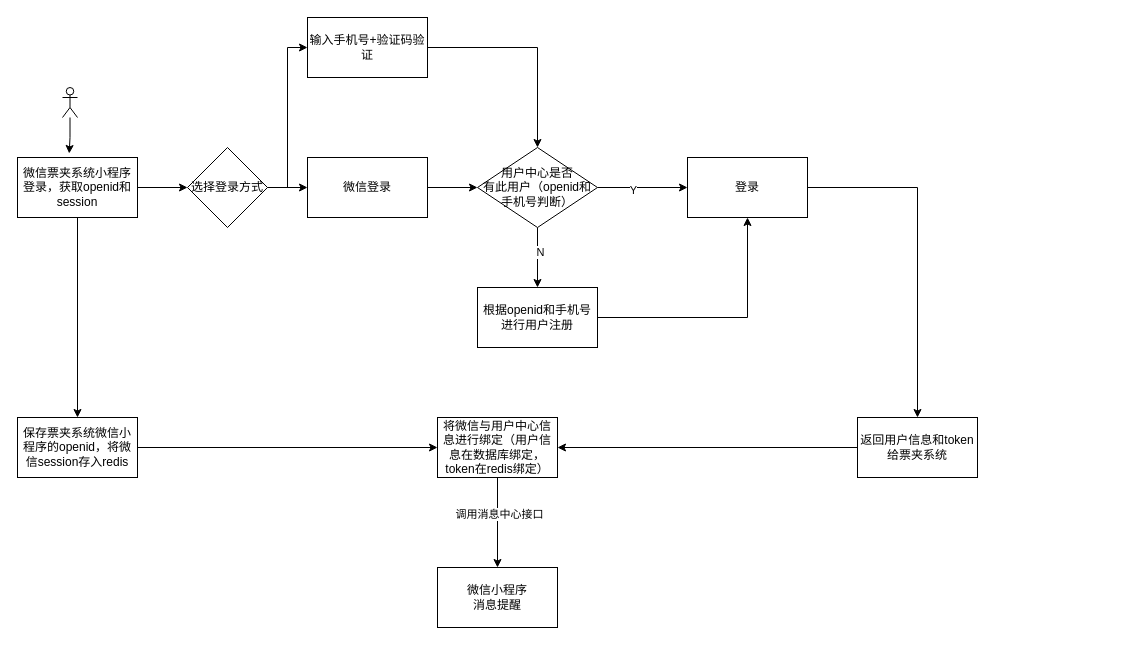
Above: 未命名绘图.drawio in leafimmortal/my-drawio (draw.io), before the change. Source tidied: cells renumbered, new cells numbered last; positions are measured from the earlier drawing's top-left corner, leaving out a move shared by most shapes. Both pictures are drawn from the tidied source at 100%, with x=0, y=0 at pixel (17, 17).
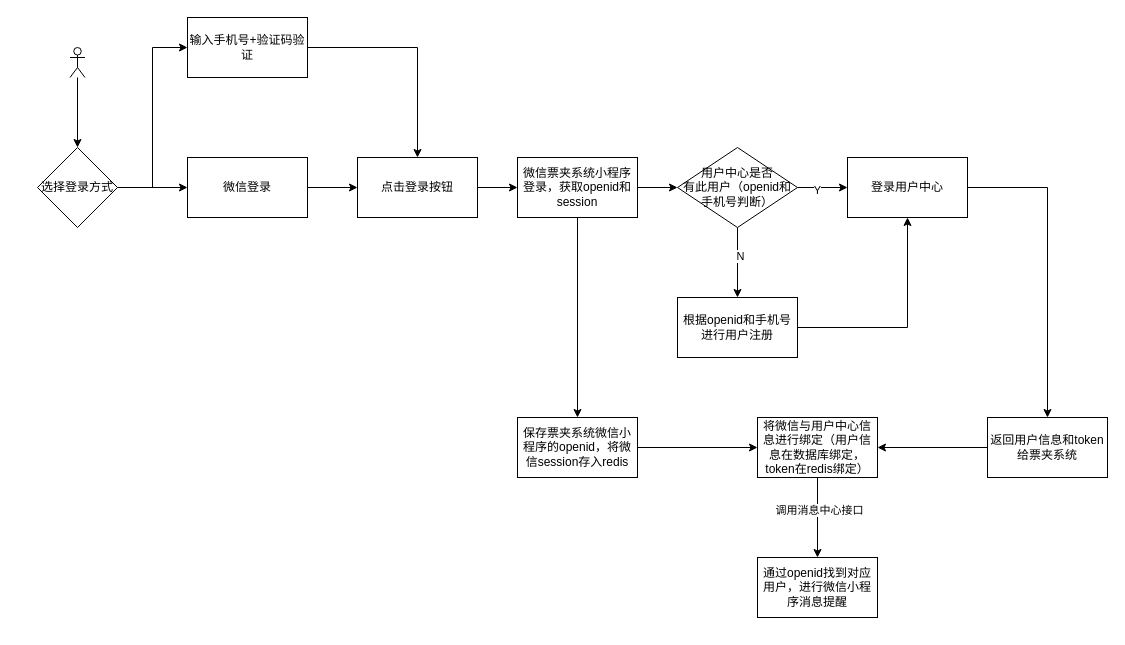
The same page after the edit.

Commit message:
更新未命名绘图.drawio

What changed in the source:
```diff
@@
-    <mxCell id="2" style="edgeStyle=orthogonalEdgeStyle;rounded=0;jettySize=auto;html=1;" parent="1" edge="1" source="4" target="17">
-      <mxGeometry relative="1" as="geometry" />
-    </mxCell>
-    <mxCell id="3" style="edgeStyle=orthogonalEdgeStyle;rounded=0;jettySize=auto;html=1;" parent="1" edge="1" source="4" target="24">
-      <mxGeometry relative="1" as="geometry" />
-    </mxCell>
-    <mxCell id="4" value="微信票夹系统小程序登录，获取openid和session" style="rounded=0;whiteSpace=wrap;html=1;" parent="1" vertex="1">
-      <mxGeometry y="140" width="120" height="60" as="geometry" />
-    </mxCell>
@@
     <mxCell id="9" value="用户中心是否&lt;br&gt;有此用户（openid和手机号判断）" style="rhombus;whiteSpace=wrap;html=1;rounded=0;" parent="1" vertex="1">
-      <mxGeometry x="460" y="130" width="120" height="80" as="geometry" />
+      <mxGeometry x="660" y="130" width="120" height="80" as="geometry" />
     </mxCell>
@@
-    <mxCell id="11" value="登录" style="whiteSpace=wrap;html=1;rounded=0;" parent="1" vertex="1">
-      <mxGeometry x="670" y="140" width="120" height="60" as="geometry" />
+    <mxCell id="11" value="登录用户中心" style="whiteSpace=wrap;html=1;rounded=0;" parent="1" vertex="1">
+      <mxGeometry x="830" y="140" width="120" height="60" as="geometry" />
     </mxCell>
@@
     <mxCell id="13" value="根据openid和手机号进行用户注册" style="whiteSpace=wrap;html=1;rounded=0;" parent="1" vertex="1">
-      <mxGeometry x="460" y="270" width="120" height="60" as="geometry" />
+      <mxGeometry x="660" y="280" width="120" height="60" as="geometry" />
     </mxCell>
@@
     <mxCell id="15" value="返回用户信息和token给票夹系统" style="whiteSpace=wrap;html=1;rounded=0;" parent="1" vertex="1">
-      <mxGeometry x="840" y="400" width="120" height="60" as="geometry" />
+      <mxGeometry x="970" y="400" width="120" height="60" as="geometry" />
     </mxCell>
@@
     <mxCell id="17" value="保存票夹系统微信小程序的openid，将微信session存入redis" style="rounded=0;whiteSpace=wrap;html=1;" parent="1" vertex="1">
-      <mxGeometry y="400" width="120" height="60" as="geometry" />
+      <mxGeometry x="500" y="400" width="120" height="60" as="geometry" />
     </mxCell>
@@
     <mxCell id="20" value="将微信与用户中心信息进行绑定（用户信息在数据库绑定，token在redis绑定）" style="rounded=0;whiteSpace=wrap;html=1;" parent="1" vertex="1">
-      <mxGeometry x="420" y="400" width="120" height="60" as="geometry" />
+      <mxGeometry x="740" y="400" width="120" height="60" as="geometry" />
     </mxCell>
-    <mxCell id="21" value="微信小程序&lt;br&gt;消息提醒" style="rounded=0;whiteSpace=wrap;html=1;" parent="1" vertex="1">
-      <mxGeometry x="420" y="550" width="120" height="60" as="geometry" />
+    <mxCell id="21" value="通过openid找到对应用户，进行微信小程序消息提醒" style="rounded=0;whiteSpace=wrap;html=1;" parent="1" vertex="1">
+      <mxGeometry x="740" y="540" width="120" height="60" as="geometry" />
     </mxCell>
@@
     <mxCell id="23" style="edgeStyle=orthogonalEdgeStyle;rounded=0;jettySize=auto;html=1;" parent="1" edge="1" source="24" target="28">
-      <mxGeometry relative="1" as="geometry" />
+      <mxGeometry relative="1" as="geometry">
+        <Array as="points">
+          <mxPoint x="240" y="170" />
+        </Array>
+      </mxGeometry>
     </mxCell>
     <mxCell id="24" value="选择登录方式" style="rhombus;whiteSpace=wrap;html=1;rounded=0;" parent="1" vertex="1">
-      <mxGeometry x="170" y="130" width="80" height="80" as="geometry" />
+      <mxGeometry x="20" y="130" width="80" height="80" as="geometry" />
     </mxCell>
-    <mxCell id="25" style="edgeStyle=orthogonalEdgeStyle;rounded=0;jettySize=auto;html=1;entryX=0.5;entryY=0;entryDx=0;entryDy=0;" parent="1" edge="1" source="26" target="9">
-      <mxGeometry relative="1" as="geometry" />
-    </mxCell>
+    <mxCell id="31" style="edgeStyle=orthogonalEdgeStyle;rounded=0;jettySize=auto;html=1;" parent="1" edge="1" source="26" target="34">
+      <mxGeometry relative="1" as="geometry" />
+    </mxCell>
     <mxCell id="26" value="输入手机号+验证码验证" style="whiteSpace=wrap;html=1;rounded=0;" parent="1" vertex="1">
-      <mxGeometry x="290" width="120" height="60" as="geometry" />
+      <mxGeometry x="170" width="120" height="60" as="geometry" />
     </mxCell>
-    <mxCell id="27" style="edgeStyle=orthogonalEdgeStyle;rounded=0;jettySize=auto;html=1;entryX=0;entryY=0.5;entryDx=0;entryDy=0;" parent="1" edge="1" source="28" target="9">
-      <mxGeometry relative="1" as="geometry" />
-    </mxCell>
+    <mxCell id="32" style="edgeStyle=orthogonalEdgeStyle;rounded=0;jettySize=auto;html=1;entryX=0;entryY=0.5;entryDx=0;entryDy=0;" parent="1" edge="1" source="28" target="34">
+      <mxGeometry relative="1" as="geometry" />
+    </mxCell>
     <mxCell id="28" value="微信登录" style="whiteSpace=wrap;html=1;rounded=0;" parent="1" vertex="1">
-      <mxGeometry x="290" y="140" width="120" height="60" as="geometry" />
+      <mxGeometry x="170" y="140" width="120" height="60" as="geometry" />
     </mxCell>
-    <mxCell id="29" style="edgeStyle=orthogonalEdgeStyle;rounded=0;jettySize=auto;html=1;entryX=0.431;entryY=-0.067;entryDx=0;entryDy=0;entryPerimeter=0;" parent="1" edge="1" source="30" target="4">
+    <mxCell id="29" style="edgeStyle=orthogonalEdgeStyle;rounded=0;jettySize=auto;html=1;entryX=0.5;entryY=0;entryDx=0;entryDy=0;" parent="1" edge="1" source="30" target="24">
       <mxGeometry relative="1" as="geometry" />
     </mxCell>
     <mxCell id="30" style="shape=umlActor;verticalLabelPosition=bottom;verticalAlign=top;html=1;outlineConnect=0;" parent="1" vertex="1">
-      <mxGeometry x="45" y="70" width="15" height="30" as="geometry" />
+      <mxGeometry x="52.5" y="30" width="15" height="30" as="geometry" />
     </mxCell>
+    <mxCell id="33" style="edgeStyle=orthogonalEdgeStyle;rounded=0;jettySize=auto;html=1;" parent="1" edge="1" source="34" target="4">
+      <mxGeometry relative="1" as="geometry" />
+    </mxCell>
+    <mxCell id="34" value="点击登录按钮" style="whiteSpace=wrap;html=1;rounded=0;" parent="1" vertex="1">
+      <mxGeometry x="340" y="140" width="120" height="60" as="geometry" />
+    </mxCell>
+    <mxCell id="35" style="edgeStyle=orthogonalEdgeStyle;rounded=0;jettySize=auto;html=1;" parent="1" edge="1" source="4" target="9">
+      <mxGeometry relative="1" as="geometry" />
+    </mxCell>
+    <mxCell id="2" style="edgeStyle=orthogonalEdgeStyle;rounded=0;jettySize=auto;html=1;entryX=0.5;entryY=0;entryDx=0;entryDy=0;" parent="1" edge="1" source="4" target="17">
+      <mxGeometry relative="1" as="geometry" />
+    </mxCell>
+    <mxCell id="4" value="微信票夹系统小程序登录，获取openid和session" style="whiteSpace=wrap;html=1;rounded=0;" parent="1" vertex="1">
+      <mxGeometry x="500" y="140" width="120" height="60" as="geometry" />
+    </mxCell>
```
